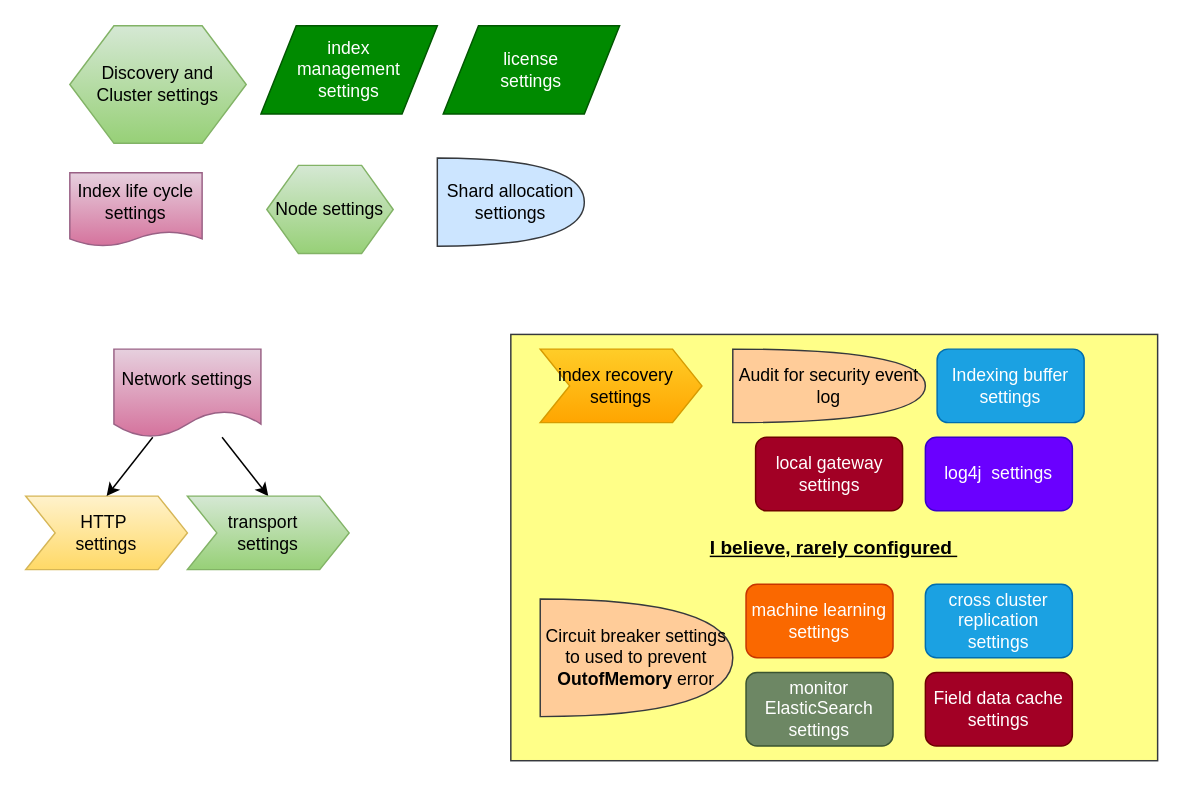
The draw.io diagram page "Category of settings" (4 of 5) of My Articles/elastic stack/ElasticSearch setup and configuration.drawio in paramothers/books, before the edit. Source tidied: cells renumbered, new cells numbered last; positions are measured from the earlier drawing's top-left corner, leaving out a move shared by most shapes. Both pictures are drawn from the tidied source at 147%, with x=0, y=0 at pixel (25, 25).
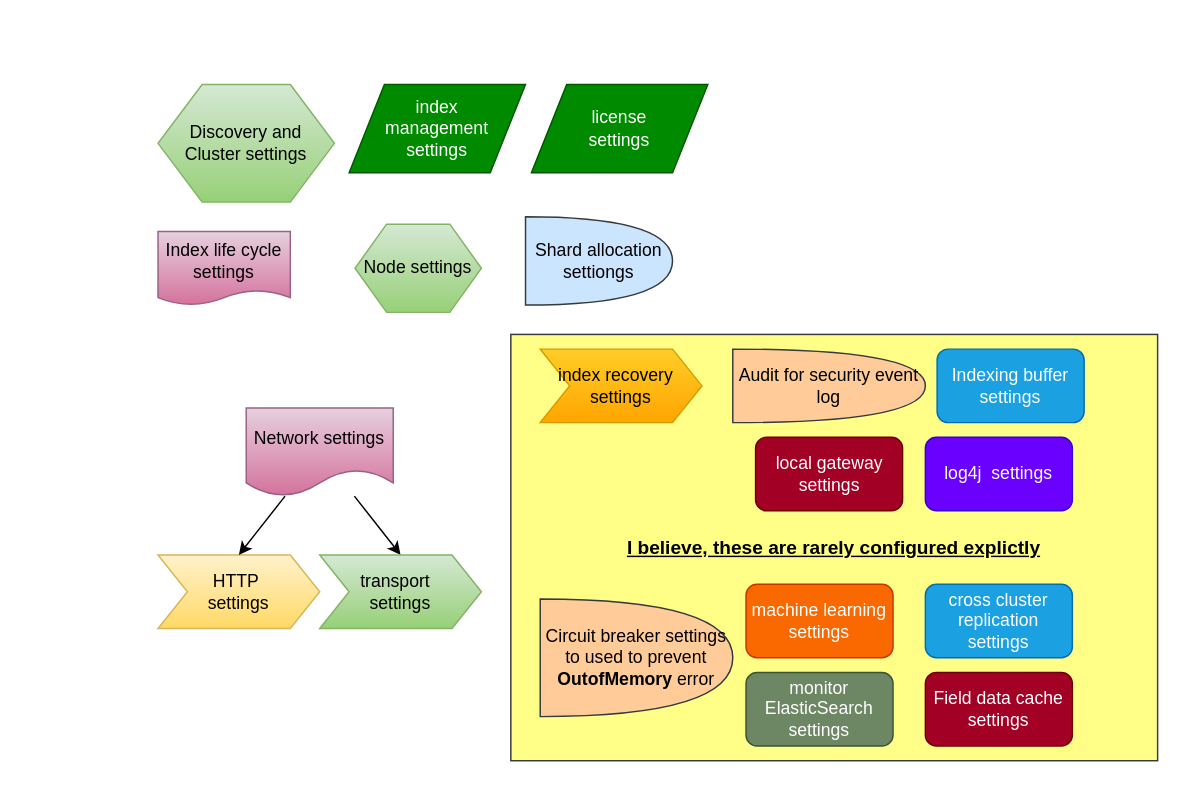
After the change.

Change to the diagram source:
```diff
@@
-    <mxCell id="2" value="&lt;b&gt;&lt;font style=&quot;font-size: 13px&quot;&gt;&lt;u&gt;I believe, rarely configured&amp;nbsp;&lt;/u&gt;&lt;/font&gt;&lt;/b&gt;" style="rounded=0;whiteSpace=wrap;html=1;fillColor=#ffff88;strokeColor=#36393d;" parent="1" vertex="1">
+    <mxCell id="2" value="&lt;b&gt;&lt;font style=&quot;font-size: 13px&quot;&gt;&lt;u&gt;I believe, these are rarely configured explictly&lt;/u&gt;&lt;/font&gt;&lt;/b&gt;" style="rounded=0;whiteSpace=wrap;html=1;fillColor=#ffff88;strokeColor=#36393d;" parent="1" vertex="1">
       <mxGeometry x="330" y="210" width="440" height="290" as="geometry" />
     </mxCell>
@@
     <mxCell id="5" value="Shard allocation settiongs" style="shape=or;whiteSpace=wrap;html=1;fillColor=#cce5ff;strokeColor=#36393d;" parent="1" vertex="1">
-      <mxGeometry x="280" y="90" width="100" height="60" as="geometry" />
+      <mxGeometry x="340" y="130" width="100" height="60" as="geometry" />
     </mxCell>
     <mxCell id="6" value="Discovery and &lt;br&gt;Cluster settings" style="shape=hexagon;perimeter=hexagonPerimeter2;whiteSpace=wrap;html=1;gradientColor=#97d077;fillColor=#d5e8d4;strokeColor=#82b366;" parent="1" vertex="1">
-      <mxGeometry x="30" width="120" height="80" as="geometry" />
+      <mxGeometry x="90" y="40" width="120" height="80" as="geometry" />
     </mxCell>
     <mxCell id="7" value="HTTP&amp;nbsp; &lt;br&gt;settings" style="shape=step;perimeter=stepPerimeter;whiteSpace=wrap;html=1;fixedSize=1;gradientColor=#ffd966;fillColor=#fff2cc;strokeColor=#d6b656;" parent="1" vertex="1">
-      <mxGeometry y="320" width="110" height="50" as="geometry" />
+      <mxGeometry x="90" y="360" width="110" height="50" as="geometry" />
     </mxCell>
     <mxCell id="8" value="Index life cycle settings" style="shape=document;whiteSpace=wrap;html=1;boundedLbl=1;gradientColor=#d5739d;fillColor=#e6d0de;strokeColor=#996185;size=0.2;" parent="1" vertex="1">
-      <mxGeometry x="30" y="100" width="90" height="50" as="geometry" />
+      <mxGeometry x="90" y="140" width="90" height="50" as="geometry" />
     </mxCell>
     <mxCell id="9" value="index &lt;br&gt;management &lt;br&gt;settings" style="shape=parallelogram;perimeter=parallelogramPerimeter;whiteSpace=wrap;html=1;fillColor=#008a00;strokeColor=#005700;fontColor=#ffffff;" parent="1" vertex="1">
-      <mxGeometry x="160" width="120" height="60" as="geometry" />
+      <mxGeometry x="220" y="40" width="120" height="60" as="geometry" />
     </mxCell>
@@
     <mxCell id="12" value="license&lt;br&gt;settings" style="shape=parallelogram;perimeter=parallelogramPerimeter;whiteSpace=wrap;html=1;fillColor=#008a00;strokeColor=#005700;fontColor=#ffffff;" parent="1" vertex="1">
-      <mxGeometry x="284" width="120" height="60" as="geometry" />
+      <mxGeometry x="344" y="40" width="120" height="60" as="geometry" />
     </mxCell>
@@
     <mxCell id="17" value="Node settings" style="shape=hexagon;perimeter=hexagonPerimeter2;whiteSpace=wrap;html=1;gradientColor=#97d077;fillColor=#d5e8d4;strokeColor=#82b366;" parent="1" vertex="1">
-      <mxGeometry x="164" y="95" width="86" height="60" as="geometry" />
+      <mxGeometry x="224" y="135" width="86" height="60" as="geometry" />
     </mxCell>
@@
     <mxCell id="20" value="Network settings" style="shape=document;whiteSpace=wrap;html=1;boundedLbl=1;gradientColor=#d5739d;fillColor=#e6d0de;strokeColor=#996185;" parent="1" vertex="1">
-      <mxGeometry x="60" y="220" width="100" height="60" as="geometry" />
+      <mxGeometry x="150" y="260" width="100" height="60" as="geometry" />
     </mxCell>
     <mxCell id="21" value="transport&amp;nbsp;&amp;nbsp;&lt;br&gt;settings" style="shape=step;perimeter=stepPerimeter;whiteSpace=wrap;html=1;fixedSize=1;gradientColor=#97d077;fillColor=#d5e8d4;strokeColor=#82b366;" parent="1" vertex="1">
-      <mxGeometry x="110" y="320" width="110" height="50" as="geometry" />
+      <mxGeometry x="200" y="360" width="110" height="50" as="geometry" />
     </mxCell>
```
